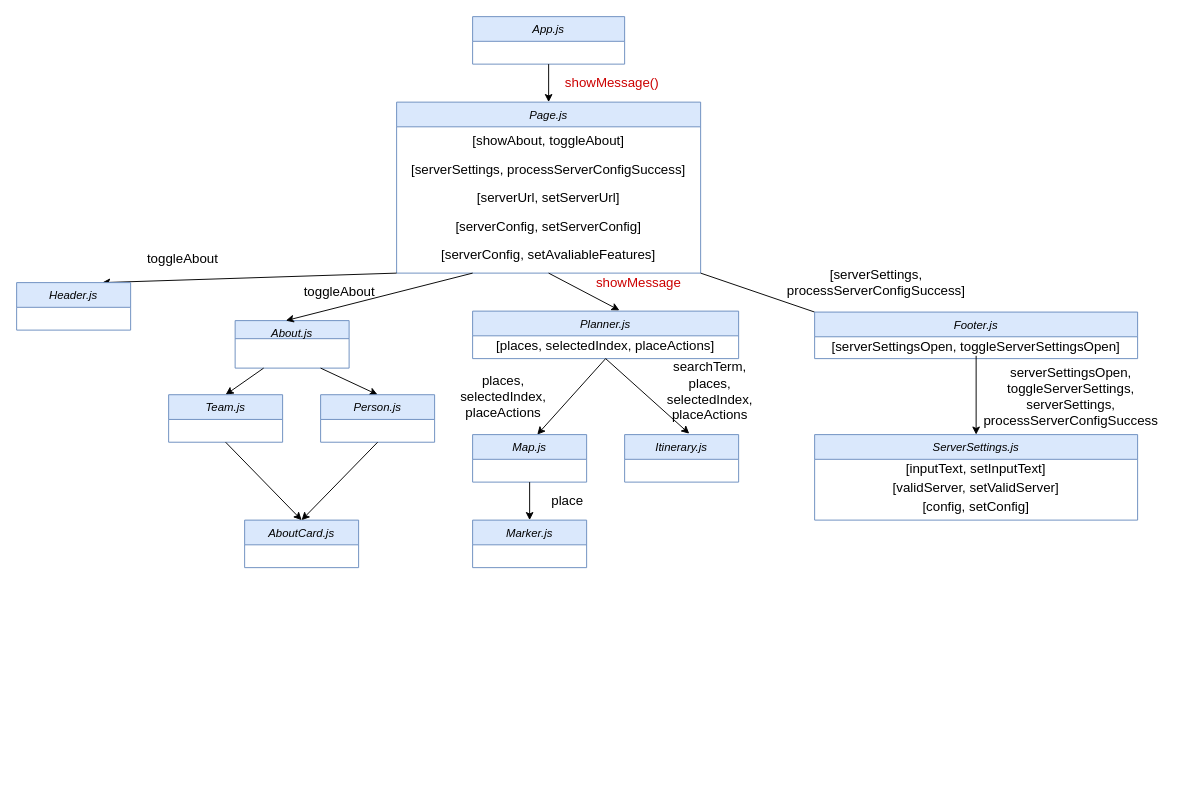
The draw.io diagram reports/images/Component Diagram.drawio in tmanbarton/cs314Project, before the edit. Source tidied: cells renumbered, new cells numbered last; positions are measured from the earlier drawing's top-left corner, leaving out a move shared by most shapes. Both pictures are drawn from the tidied source at 95%, with x=0, y=0 at pixel (16, 16).
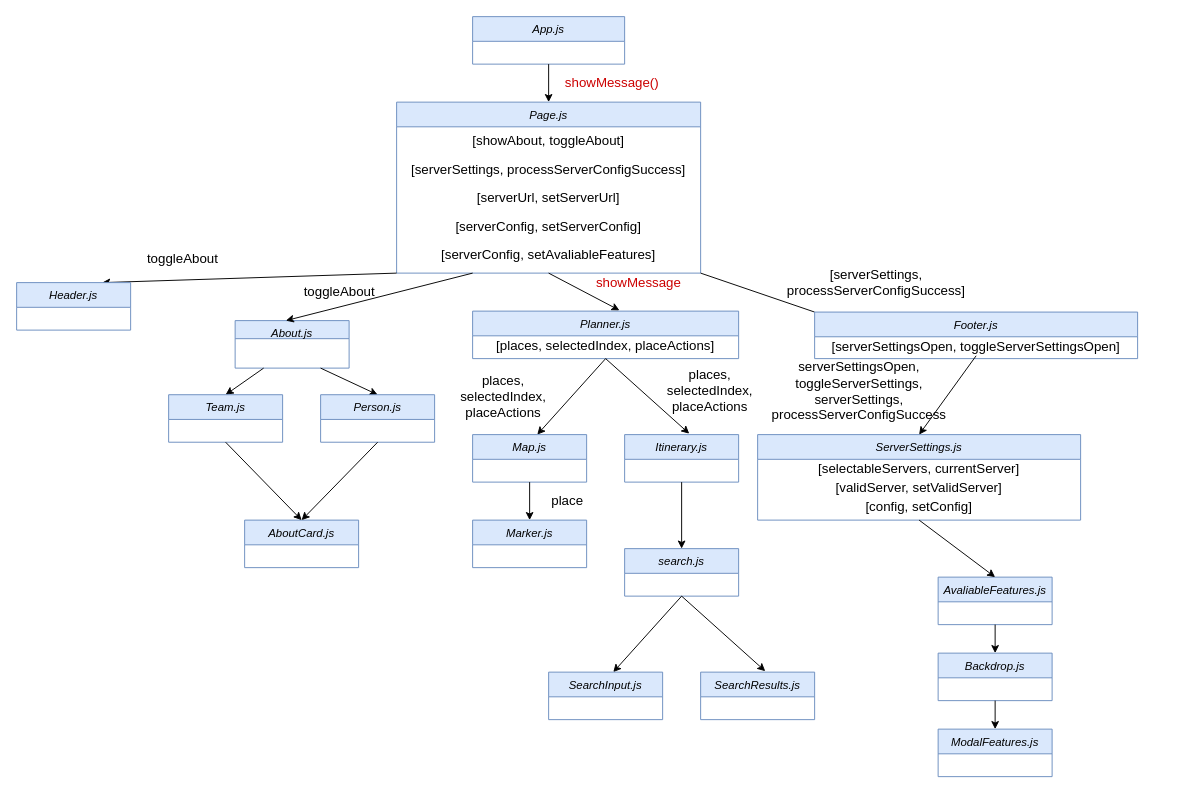
The same diagram, later.

Commit message (it also covers changes not shown here):
Updated Client Component Diagram after revisions discussed in class.

Unchanged cells that the change refers to:
```xml
<mxCell id="29" value="Itinerary.js" style="swimlane;fontStyle=2;align=center;verticalAlign=top;horizontal=1;startSize=26;rounded=0;shadow=0;strokeWidth=1;fillColor=#dae8fc;strokeColor=#6c8ebf;" parent="1" vertex="1">
  <mxGeometry x="640" y="440" width="120" height="50" as="geometry" />
</mxCell>
```

What changed in the source:
```diff
@@
     <mxCell id="30" value="ServerSettings.js&#10;" style="swimlane;fontStyle=2;align=center;verticalAlign=top;horizontal=1;startSize=26;rounded=0;shadow=0;strokeWidth=1;fillColor=#dae8fc;strokeColor=#6c8ebf;" parent="1" vertex="1">
-      <mxGeometry x="840" y="440" width="340" height="90" as="geometry" />
+      <mxGeometry x="780" y="440" width="340" height="90" as="geometry" />
     </mxCell>
-    <mxCell id="31" value="[inputText, setInputText]" style="text;html=1;strokeColor=none;fillColor=none;align=center;verticalAlign=middle;whiteSpace=wrap;rounded=0;fontColor=#000000;fontSize=14;" parent="30" vertex="1">
+    <mxCell id="31" value="[selectableServers, currentServer]" style="text;html=1;strokeColor=none;fillColor=none;align=center;verticalAlign=middle;whiteSpace=wrap;rounded=0;fontColor=#000000;fontSize=14;" parent="30" vertex="1">
       <mxGeometry y="26" width="340" height="20" as="geometry" />
     </mxCell>
@@
-    <mxCell id="37" value="searchTerm,&lt;br&gt;places, selectedIndex, placeActions" style="text;html=1;strokeColor=none;fillColor=none;align=center;verticalAlign=middle;whiteSpace=wrap;rounded=0;fontSize=14;" parent="1" vertex="1">
+    <mxCell id="37" value="places, selectedIndex, placeActions" style="text;html=1;strokeColor=none;fillColor=none;align=center;verticalAlign=middle;whiteSpace=wrap;rounded=0;fontSize=14;" parent="1" vertex="1">
       <mxGeometry x="700" y="384" width="60" height="20" as="geometry" />
     </mxCell>
     <mxCell id="38" value="serverSettingsOpen, toggleServerSettings, serverSettings, processServerConfigSuccess" style="text;html=1;strokeColor=none;fillColor=none;align=center;verticalAlign=middle;whiteSpace=wrap;rounded=0;fontSize=14;fontColor=#000000;" parent="1" vertex="1">
-      <mxGeometry x="1010" y="360" width="200" height="80" as="geometry" />
+      <mxGeometry x="787" y="354" width="200" height="80" as="geometry" />
     </mxCell>
@@
+    <mxCell id="47" style="endArrow=classic;html=1;exitX=0.5;exitY=1;exitDx=0;exitDy=0;" parent="1" edge="1" source="29">
+      <mxGeometry relative="1" as="geometry">
+        <mxPoint x="700" y="560" as="targetPoint" />
+      </mxGeometry>
+    </mxCell>
+    <mxCell id="48" value="search.js" style="swimlane;fontStyle=2;align=center;verticalAlign=top;horizontal=1;startSize=26;rounded=0;shadow=0;strokeWidth=1;fillColor=#dae8fc;strokeColor=#6c8ebf;" parent="1" vertex="1">
+      <mxGeometry x="640" y="560" width="120" height="50" as="geometry" />
+    </mxCell>
+    <mxCell id="49" style="endArrow=classic;html=1;fontColor=#CC0000;entryX=0.567;entryY=0;entryDx=0;entryDy=0;entryPerimeter=0;exitX=0.5;exitY=1;exitDx=0;exitDy=0;" parent="1" edge="1" target="50">
+      <mxGeometry relative="1" as="geometry">
+        <mxPoint x="700" y="610" as="sourcePoint" />
+      </mxGeometry>
+    </mxCell>
+    <mxCell id="50" value="SearchInput.js" style="swimlane;fontStyle=2;align=center;verticalAlign=top;horizontal=1;startSize=26;rounded=0;shadow=0;strokeWidth=1;fillColor=#dae8fc;strokeColor=#6c8ebf;" parent="1" vertex="1">
+      <mxGeometry x="560" y="690" width="120" height="50" as="geometry" />
+    </mxCell>
+    <mxCell id="51" value="SearchResults.js" style="swimlane;fontStyle=2;align=center;verticalAlign=top;horizontal=1;startSize=26;rounded=0;shadow=0;strokeWidth=1;fillColor=#dae8fc;strokeColor=#6c8ebf;" parent="1" vertex="1">
+      <mxGeometry x="720" y="690" width="120" height="50" as="geometry" />
+    </mxCell>
+    <mxCell id="52" style="endArrow=classic;html=1;fontColor=#CC0000;entryX=0.567;entryY=-0.02;entryDx=0;entryDy=0;entryPerimeter=0;exitX=0.5;exitY=1;exitDx=0;exitDy=0;" parent="1" edge="1" target="51">
+      <mxGeometry relative="1" as="geometry">
+        <mxPoint x="700" y="610" as="sourcePoint" />
+      </mxGeometry>
+    </mxCell>
+    <mxCell id="53" value="AvaliableFeatures.js" style="swimlane;fontStyle=2;align=center;verticalAlign=top;horizontal=1;startSize=26;rounded=0;shadow=0;strokeWidth=1;fillColor=#dae8fc;strokeColor=#6c8ebf;" parent="1" vertex="1">
+      <mxGeometry x="970" y="590" width="120" height="50" as="geometry" />
+    </mxCell>
+    <mxCell id="54" style="endArrow=classic;html=1;fontColor=#CC0000;entryX=0.5;entryY=0;entryDx=0;entryDy=0;exitX=0.5;exitY=1;exitDx=0;exitDy=0;" parent="1" edge="1" target="55">
+      <mxGeometry relative="1" as="geometry">
+        <mxPoint x="1030" y="640" as="sourcePoint" />
+      </mxGeometry>
+    </mxCell>
+    <mxCell id="55" value="Backdrop.js" style="swimlane;fontStyle=2;align=center;verticalAlign=top;horizontal=1;startSize=26;rounded=0;shadow=0;strokeWidth=1;fillColor=#dae8fc;strokeColor=#6c8ebf;" parent="1" vertex="1">
+      <mxGeometry x="970" y="670" width="120" height="50" as="geometry" />
+    </mxCell>
+    <mxCell id="56" value="ModalFeatures.js" style="swimlane;fontStyle=2;align=center;verticalAlign=top;horizontal=1;startSize=26;rounded=0;shadow=0;strokeWidth=1;fillColor=#dae8fc;strokeColor=#6c8ebf;" parent="1" vertex="1">
+      <mxGeometry x="970" y="750" width="120" height="50" as="geometry" />
+    </mxCell>
+    <mxCell id="57" style="endArrow=classic;html=1;exitX=0.5;exitY=1;exitDx=0;exitDy=0;entryX=0.5;entryY=0;entryDx=0;entryDy=0;" parent="1" edge="1" source="30" target="53">
+      <mxGeometry relative="1" as="geometry" />
+    </mxCell>
+    <mxCell id="58" style="endArrow=classic;html=1;exitX=0.5;exitY=1;exitDx=0;exitDy=0;" parent="1" edge="1" source="55" target="56">
+      <mxGeometry relative="1" as="geometry" />
+    </mxCell>
```
